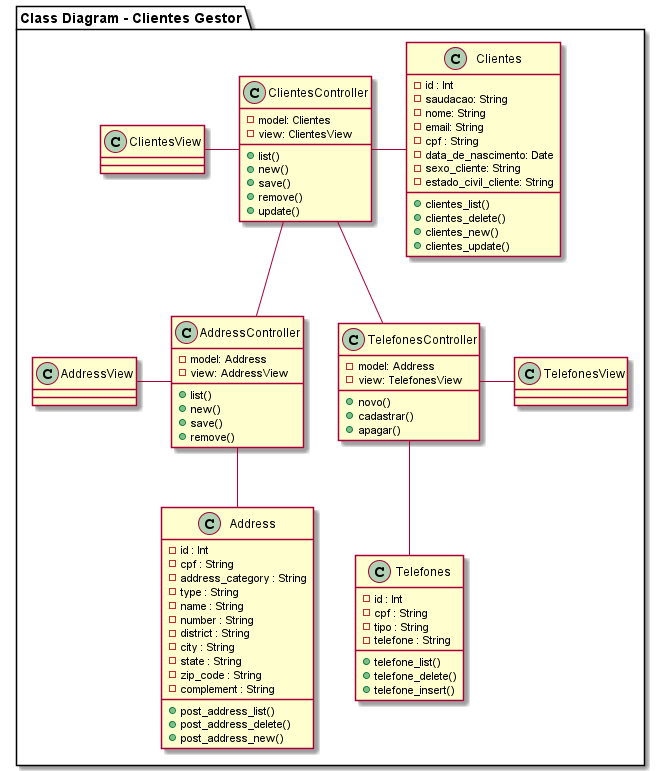
This is modelagem/Class_Diagram.png from douglascarlos-dev/Clientes-Gestor, a PlantUML export, as it was before one commit.
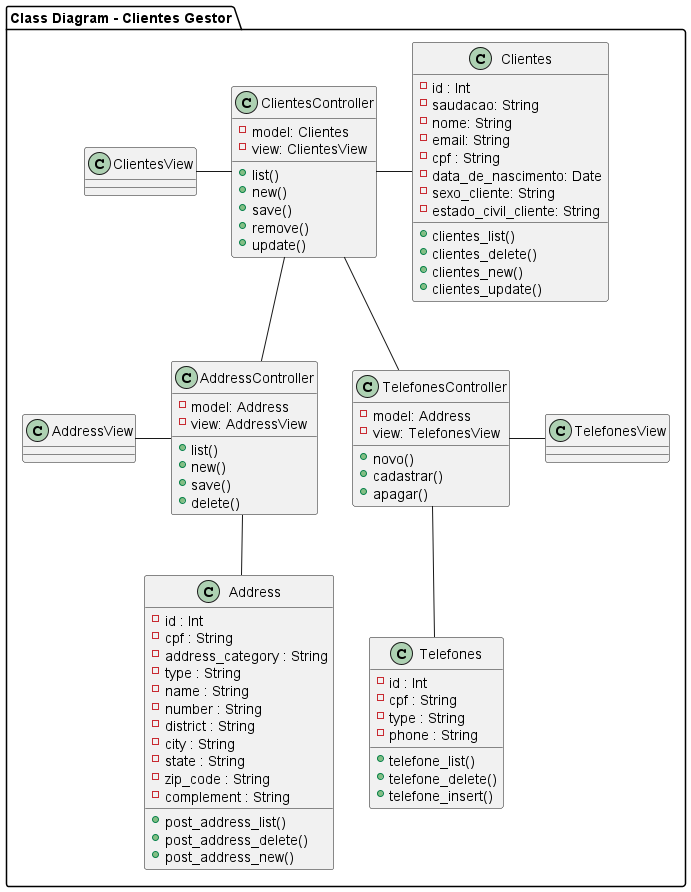
After the change.

Change to the diagram source:
```diff
@@ -44,7 +44,7 @@
     +list()
     +new()
     +save()
-    +remove()
+    +delete()
 }
 
 class TelefonesController {
@@ -75,8 +75,8 @@
 class Telefones {
     -id : Int
     -cpf : String
-    -tipo : String
-    -telefone : String
+    -type : String
+    -phone : String
     +telefone_list()
     +telefone_delete()
     +telefone_insert()
```
